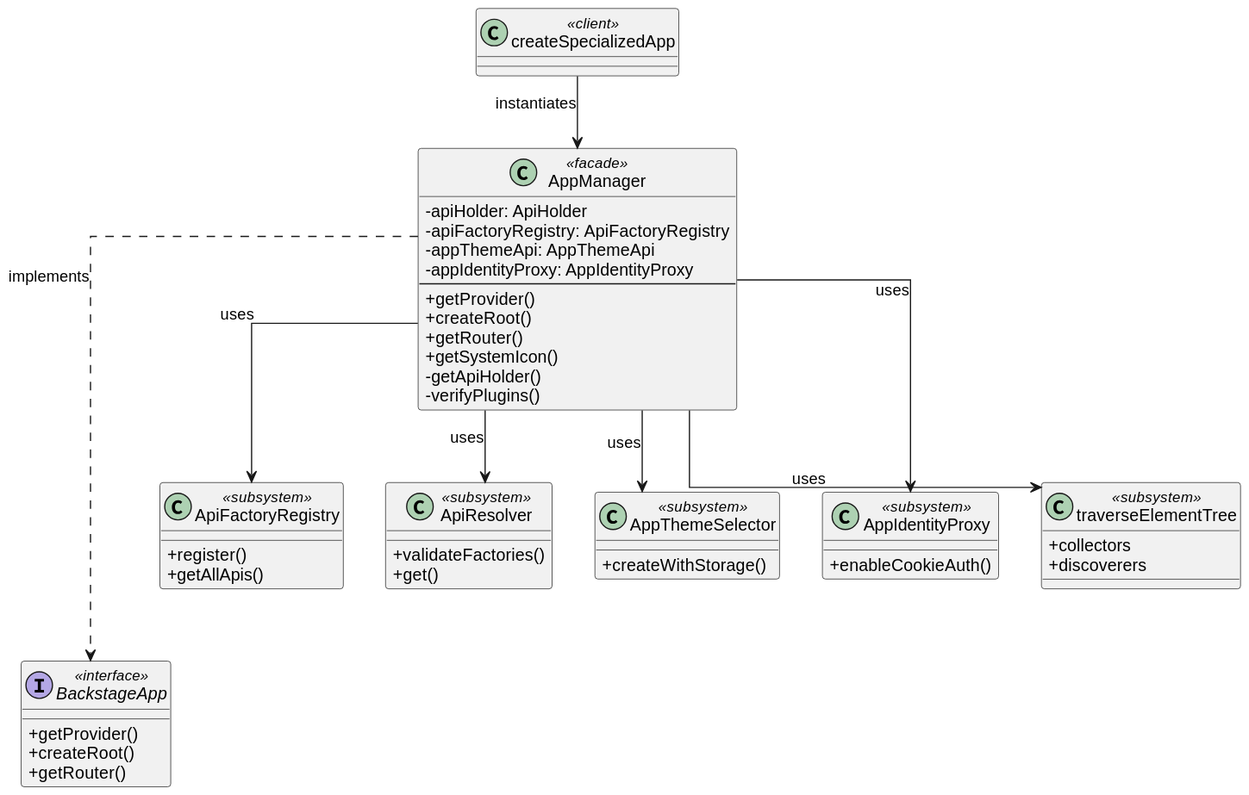
Earlier version of the PlantUML export Reports/Software_Deisgn_img/AppManager_facade.svg (Group06-SwDA/Project).
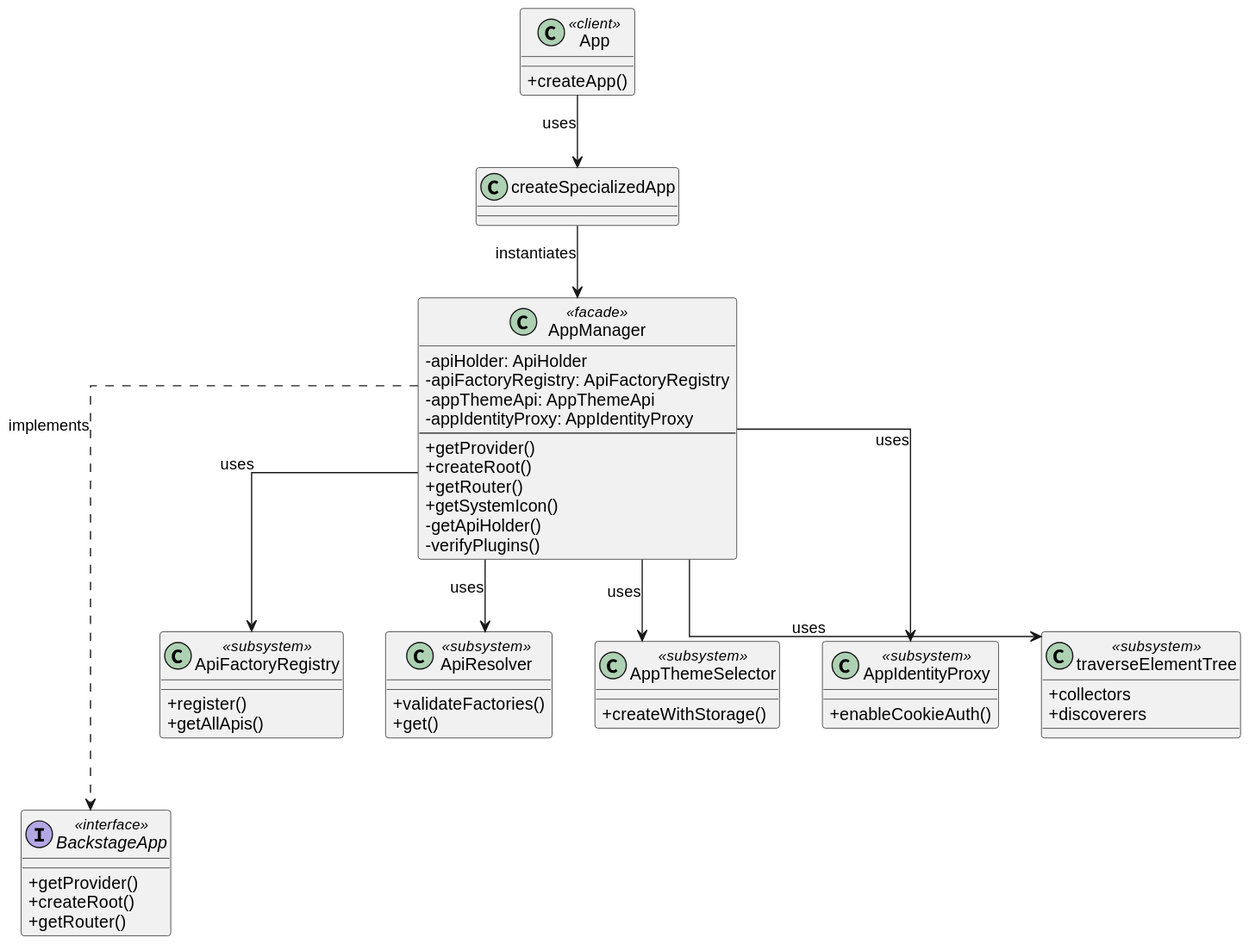
Later version of the same file.

Commit message:
docs: Completed Facade Pattern

What changed in the source:
```diff
@@ -22,7 +22,11 @@
   - verifyPlugins()
 }
 
-class createSpecializedApp <<client>> {
+class App <<client>> {
+  + createApp()
+}
+
+class createSpecializedApp {
 }
 
 class ApiFactoryRegistry <<subsystem>> {
@@ -49,7 +53,7 @@
 }
 
 AppManager ...> BackstageApp : implements
-
+App--> createSpecializedApp : uses
 createSpecializedApp --> AppManager : instantiates
 
 AppManager --> ApiFactoryRegistry : uses
```
